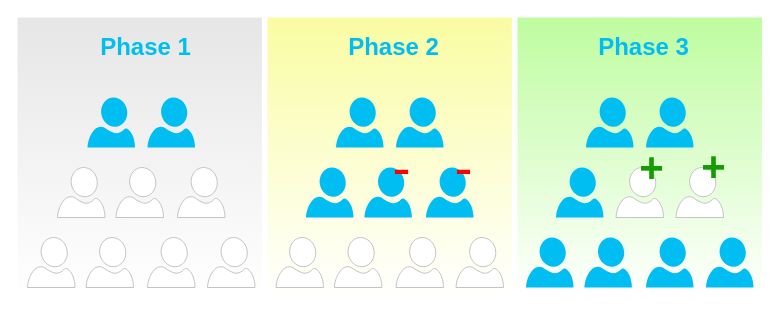
Earlier version of the draw.io diagram docs/SwitcherAPI_softlaunch.drawio (switcherapi/switcherapi-assets). Source tidied: cells renumbered, new cells numbered last; positions are measured from the earlier drawing's top-left corner, leaving out a move shared by most shapes. Both pictures are drawn from the tidied source at 100%, with x=0, y=0 at pixel (17, 17).
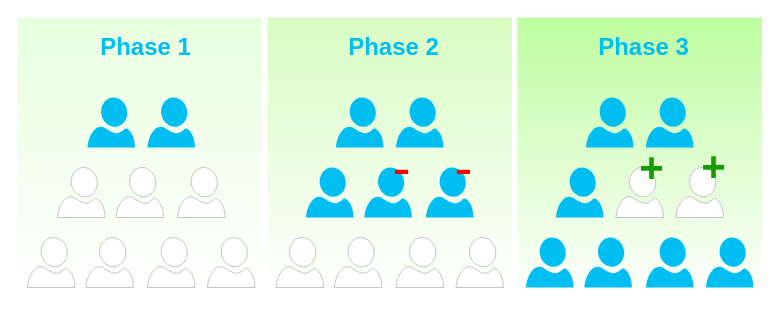
Above is the later version.

Commit message (it also covers changes not shown here):
Improved soft-launch representation

Change to the diagram source:
```diff
@@
-    <mxCell id="2" style="rounded=0;whiteSpace=wrap;html=1;fillColor=#ffffff;strokeColor=none;gradientColor=#E6E6E6;gradientDirection=north;" parent="1" vertex="1">
+    <mxCell id="2" style="rounded=0;whiteSpace=wrap;html=1;fillColor=#ffffff;strokeColor=none;gradientColor=#E8FFDE;gradientDirection=north;" parent="1" vertex="1">
       <mxGeometry width="244.4" height="280" as="geometry" />
     </mxCell>
@@
-    <mxCell id="4" style="rounded=0;whiteSpace=wrap;html=1;fillColor=#ffffff;strokeColor=none;gradientColor=#F9FCA2;gradientDirection=north;" parent="1" vertex="1">
+    <mxCell id="4" style="rounded=0;whiteSpace=wrap;html=1;fillColor=#ffffff;strokeColor=none;gradientDirection=north;gradientColor=#D7FCC2;" parent="1" vertex="1">
       <mxGeometry x="250" width="244.4" height="280" as="geometry" />
     </mxCell>
```
